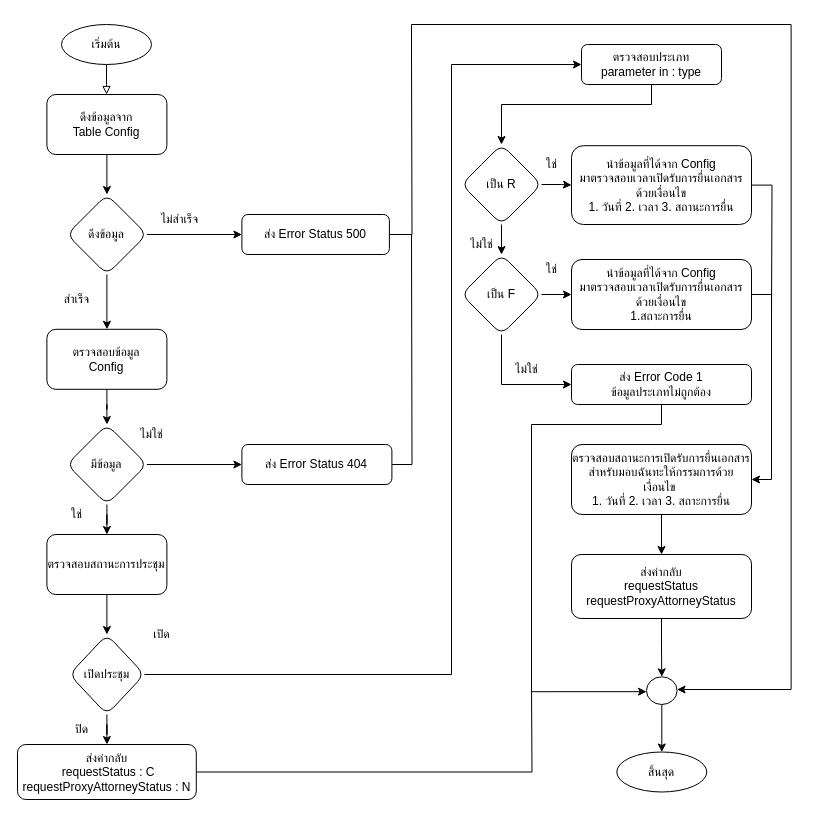
This is checkRequest.drawio from charifrodmanee/charifrodmanee, a draw.io file, before an edit. Source tidied: cells renumbered, new cells numbered last; positions are measured from the earlier drawing's top-left corner, leaving out a move shared by most shapes. Both pictures are drawn from the tidied source at 100%, with x=0, y=0 at pixel (17, 24).
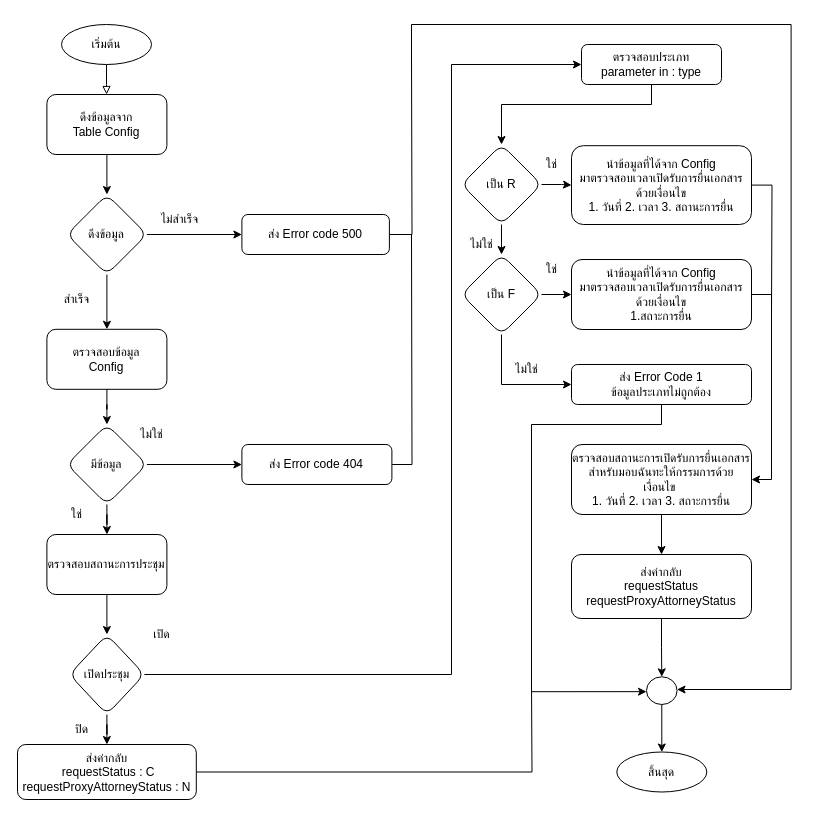
The same page after the edit.

Change to the diagram source:
```diff
@@
-    <mxCell id="36" value="ส่ง Error Status 500" style="rounded=1;whiteSpace=wrap;html=1;" parent="1" vertex="1">
+    <mxCell id="36" value="ส่ง Error code 500" style="rounded=1;whiteSpace=wrap;html=1;" parent="1" vertex="1">
       <mxGeometry x="224.4" y="190" width="147.5" height="40" as="geometry" />
     </mxCell>
@@
-    <mxCell id="44" value="ส่ง Error Status 404" style="whiteSpace=wrap;html=1;rounded=1;glass=0;strokeWidth=1;shadow=0;" parent="1" vertex="1">
+    <mxCell id="44" value="ส่ง Error code 404" style="whiteSpace=wrap;html=1;rounded=1;glass=0;strokeWidth=1;shadow=0;" parent="1" vertex="1">
       <mxGeometry x="224.4" y="420" width="150" height="40" as="geometry" />
     </mxCell>
```
